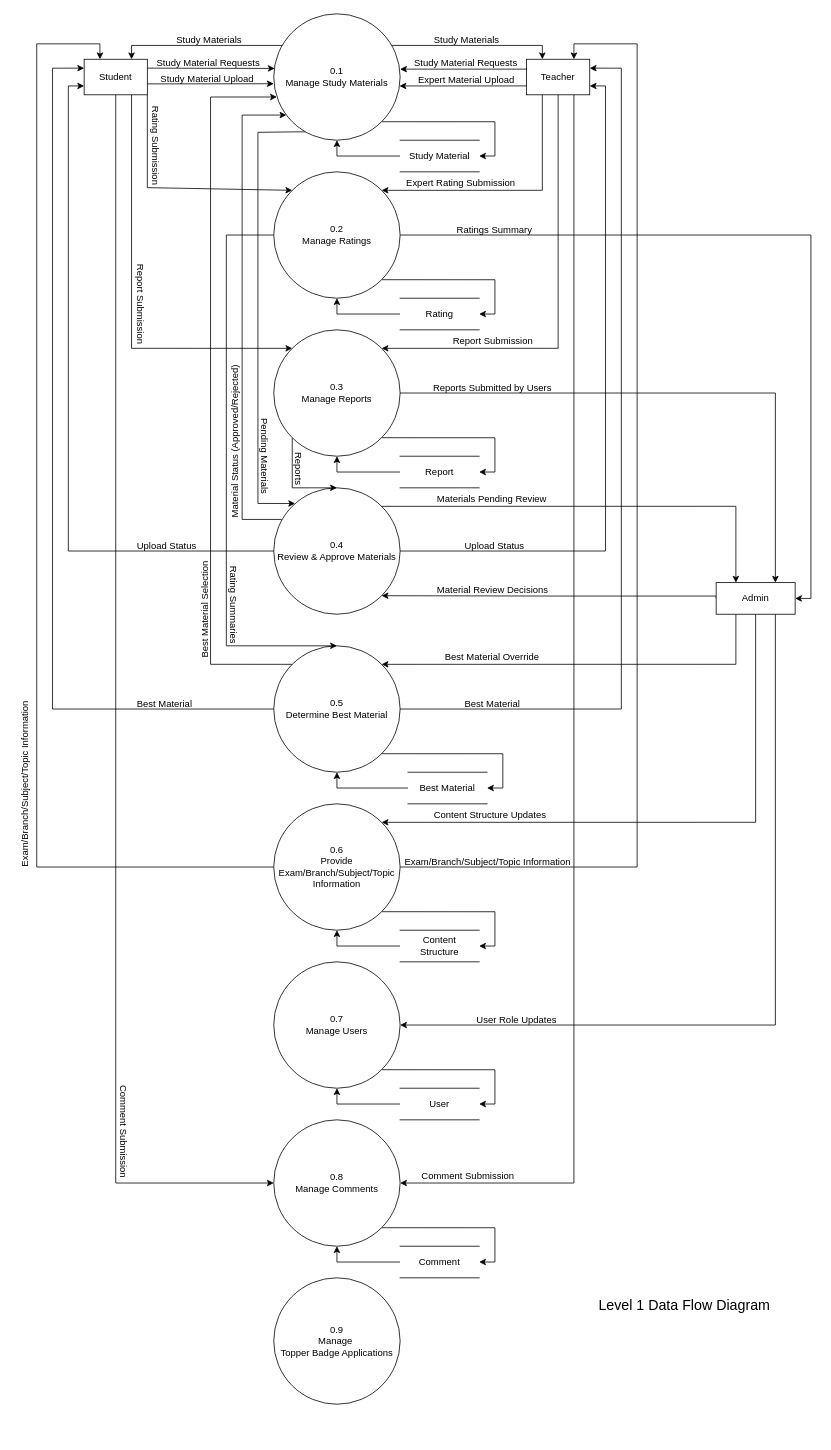
Above: page "Level-1 DFD" (4 of 7) of docs/system-diagrams.drawio in SayanMondal-1643/PeerPrep (draw.io), before the change. Source tidied: cells renumbered, new cells numbered last; positions are measured from the earlier drawing's top-left corner, leaving out a move shared by most shapes. Both pictures are drawn from the tidied source at 79%, with x=0, y=0 at pixel (-66, 13).
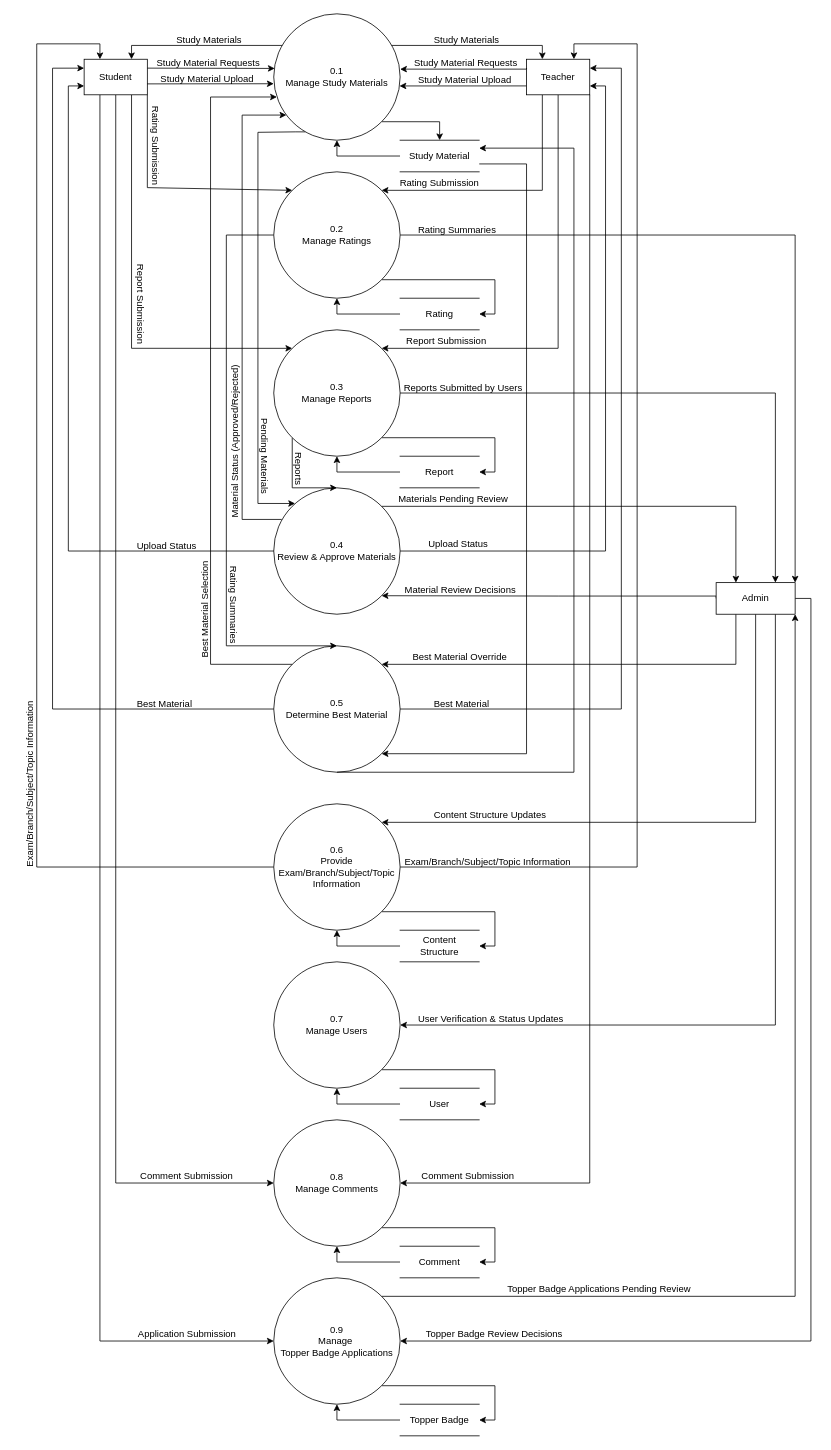
The same page after the edit.

Unchanged cells that the change refers to:
```xml
<mxCell id="2" value="&lt;div&gt;0.4&lt;/div&gt;Review &amp;amp; Approve Materials" style="ellipse;whiteSpace=wrap;html=1;" parent="1" vertex="1">
  <mxGeometry x="429" y="600" width="160" height="160" as="geometry" />
</mxCell>
<mxCell id="3" value="&lt;div&gt;0.5&lt;/div&gt;Determine Best Material" style="ellipse;whiteSpace=wrap;html=1;" parent="1" vertex="1">
  <mxGeometry x="429" y="800" width="160" height="160" as="geometry" />
</mxCell>
<mxCell id="7" value="&lt;div&gt;0.2&lt;/div&gt;Manage Ratings" style="ellipse;whiteSpace=wrap;html=1;" parent="1" vertex="1">
  <mxGeometry x="429" y="200" width="160" height="160" as="geometry" />
</mxCell>
<mxCell id="15" value="Admin" style="html=1;dashed=0;whiteSpace=wrap;points=[[0,0,0,0,0],[0,0.25,0,0,0],[0,0.5,0,0,0],[0,0.75,0,0,0],[0,1,0,0,0],[0.25,0,0,0,0],[0.25,1,0,0,0],[0.5,0,0,0,0],[0.5,1,0,0,0],[0.75,0,0,0,0],[0.75,1,0,0,0],[1,0,0,0,0],[1,0.25,0,0,0],[1,0.5,0,0,0],[1,0.75,0,0,0],[1,1,0,0,0]];" parent="1" vertex="1">
  <mxGeometry x="989" y="720" width="100" height="40" as="geometry" />
</mxCell>
<mxCell id="20" value="Teacher" style="html=1;dashed=0;whiteSpace=wrap;" parent="1" vertex="1">
  <mxGeometry x="749" y="57.5" width="80" height="45" as="geometry" />
</mxCell>
<mxCell id="23" value="Student" style="html=1;dashed=0;whiteSpace=wrap;" parent="1" vertex="1">
  <mxGeometry x="189" y="57.5" width="80" height="45" as="geometry" />
</mxCell>
<mxCell id="28" value="&lt;div&gt;0.1&lt;/div&gt;Manage Study Materials" style="ellipse;whiteSpace=wrap;html=1;" parent="1" vertex="1">
  <mxGeometry x="429" width="160" height="160" as="geometry" />
</mxCell>
<mxCell id="41" value="Study Material" style="html=1;dashed=0;whiteSpace=wrap;shape=partialRectangle;right=0;left=0;" parent="1" vertex="1">
  <mxGeometry x="589" y="160" width="100" height="40" as="geometry" />
</mxCell>
<mxCell id="90" value="&lt;div&gt;0.8&lt;/div&gt;Manage Comments" style="ellipse;whiteSpace=wrap;html=1;" parent="1" vertex="1">
  <mxGeometry x="429" y="1400" width="160" height="160" as="geometry" />
</mxCell>
<mxCell id="95" value="&lt;div&gt;0.9&lt;/div&gt;Manage&amp;nbsp;&lt;div&gt;Topper Badge Applications&lt;/div&gt;" style="ellipse;whiteSpace=wrap;html=1;" parent="1" vertex="1">
  <mxGeometry x="429" y="1600" width="160" height="160" as="geometry" />
</mxCell>
```

What changed in the source:
```diff
@@
-    <mxCell id="4" style="edgeStyle=orthogonalEdgeStyle;rounded=0;jettySize=auto;html=1;exitX=1;exitY=0.5;exitDx=0;exitDy=0;entryX=1;entryY=0.5;entryDx=0;entryDy=0;entryPerimeter=0;" parent="1" edge="1" source="7" target="15">
+    <mxCell id="4" style="edgeStyle=orthogonalEdgeStyle;rounded=0;jettySize=auto;html=1;exitX=1;exitY=0.5;exitDx=0;exitDy=0;entryX=1;entryY=0;entryDx=0;entryDy=0;entryPerimeter=0;" parent="1" edge="1" source="7" target="15">
       <mxGeometry relative="1" as="geometry" />
     </mxCell>
@@
-    <mxCell id="10" style="edgeStyle=orthogonalEdgeStyle;rounded=0;jettySize=auto;html=1;exitX=1;exitY=1;exitDx=0;exitDy=0;entryX=1;entryY=0.5;entryDx=0;entryDy=0;" parent="1" edge="1" source="3" target="43">
-      <mxGeometry relative="1" as="geometry" />
+    <mxCell id="10" style="edgeStyle=orthogonalEdgeStyle;rounded=0;jettySize=auto;html=1;exitX=0.5;exitY=1;exitDx=0;exitDy=0;entryX=1;entryY=0.25;entryDx=0;entryDy=0;" parent="1" edge="1" source="3" target="41">
+      <mxGeometry relative="1" as="geometry">
+        <Array as="points">
+          <mxPoint x="809" y="960" />
+          <mxPoint x="809" y="170" />
+        </Array>
+      </mxGeometry>
     </mxCell>
@@
+    <mxCell id="96" style="edgeStyle=orthogonalEdgeStyle;rounded=0;jettySize=auto;html=1;exitX=1;exitY=0.5;exitDx=0;exitDy=0;exitPerimeter=0;entryX=1;entryY=0.5;entryDx=0;entryDy=0;" parent="1" edge="1" source="15" target="95">
+      <mxGeometry relative="1" as="geometry" />
+    </mxCell>
@@
-    <mxCell id="19" style="edgeStyle=orthogonalEdgeStyle;rounded=0;jettySize=auto;html=1;exitX=0.75;exitY=1;exitDx=0;exitDy=0;entryX=1;entryY=0.5;entryDx=0;entryDy=0;" parent="1" edge="1" source="20" target="90">
+    <mxCell id="19" style="edgeStyle=orthogonalEdgeStyle;rounded=0;jettySize=auto;html=1;exitX=1;exitY=1;exitDx=0;exitDy=0;entryX=1;entryY=0.5;entryDx=0;entryDy=0;" parent="1" edge="1" source="20" target="90">
       <mxGeometry relative="1" as="geometry" />
     </mxCell>
@@
+    <mxCell id="97" style="edgeStyle=orthogonalEdgeStyle;rounded=0;jettySize=auto;html=1;exitX=0.25;exitY=1;exitDx=0;exitDy=0;entryX=0;entryY=0.5;entryDx=0;entryDy=0;" parent="1" edge="1" source="23" target="95">
+      <mxGeometry relative="1" as="geometry" />
+    </mxCell>
@@
+    <mxCell id="27" style="edgeStyle=orthogonalEdgeStyle;rounded=0;jettySize=auto;html=1;exitX=0.251;exitY=0.934;exitDx=0;exitDy=0;entryX=0.169;entryY=0.124;entryDx=0;entryDy=0;exitPerimeter=0;entryPerimeter=0;" parent="1" edge="1" source="28" target="2">
+      <mxGeometry relative="1" as="geometry">
+        <Array as="points">
+          <mxPoint x="457" y="149" />
+          <mxPoint x="409" y="150" />
+          <mxPoint x="409" y="620" />
+        </Array>
+      </mxGeometry>
+    </mxCell>
-    <mxCell id="26" style="edgeStyle=orthogonalEdgeStyle;rounded=0;jettySize=auto;html=1;exitX=1;exitY=1;exitDx=0;exitDy=0;entryX=1;entryY=0.5;entryDx=0;entryDy=0;" parent="1" edge="1" source="28" target="41">
+    <mxCell id="26" style="edgeStyle=orthogonalEdgeStyle;rounded=0;jettySize=auto;html=1;exitX=1;exitY=1;exitDx=0;exitDy=0;entryX=0.5;entryY=0;entryDx=0;entryDy=0;" parent="1" edge="1" source="28" target="41">
       <mxGeometry relative="1" as="geometry">
         <Array as="points">
-          <mxPoint x="709" y="137" />
-          <mxPoint x="709" y="180" />
+          <mxPoint x="639" y="137" />
         </Array>
       </mxGeometry>
     </mxCell>
-    <mxCell id="27" style="edgeStyle=orthogonalEdgeStyle;rounded=0;jettySize=auto;html=1;exitX=0.251;exitY=0.934;exitDx=0;exitDy=0;entryX=0.169;entryY=0.124;entryDx=0;entryDy=0;exitPerimeter=0;entryPerimeter=0;" parent="1" edge="1" source="28" target="2">
-      <mxGeometry relative="1" as="geometry">
-        <Array as="points">
-          <mxPoint x="457" y="149" />
-          <mxPoint x="409" y="150" />
-          <mxPoint x="409" y="620" />
-        </Array>
-      </mxGeometry>
-    </mxCell>
@@
+    <mxCell id="98" style="edgeStyle=orthogonalEdgeStyle;rounded=0;jettySize=auto;html=1;exitX=1;exitY=0.75;exitDx=0;exitDy=0;entryX=1;entryY=1;entryDx=0;entryDy=0;" parent="1" edge="1" source="41" target="3">
+      <mxGeometry relative="1" as="geometry">
+        <Array as="points">
+          <mxPoint x="749" y="190" />
+          <mxPoint x="749" y="937" />
+        </Array>
+      </mxGeometry>
+    </mxCell>
@@
-    <mxCell id="42" style="edgeStyle=orthogonalEdgeStyle;rounded=0;jettySize=auto;html=1;exitX=0;exitY=0.5;exitDx=0;exitDy=0;entryX=0.5;entryY=1;entryDx=0;entryDy=0;" parent="1" edge="1" source="43" target="3">
-      <mxGeometry relative="1" as="geometry" />
-    </mxCell>
-    <mxCell id="43" value="Best Material" style="html=1;dashed=0;whiteSpace=wrap;shape=partialRectangle;right=0;left=0;" parent="1" vertex="1">
-      <mxGeometry x="599" y="960" width="100" height="40" as="geometry" />
-    </mxCell>
@@
     <mxCell id="61" value="Exam/Branch/Subject/Topic Information" style="text;whiteSpace=wrap;html=1;rotation=-90;" parent="1" vertex="1">
-      <mxGeometry y="962" width="220" height="20" as="geometry" />
+      <mxGeometry x="7" y="962" width="220" height="20" as="geometry" />
     </mxCell>
@@
-    <mxCell id="63" value="Expert Material Upload" style="text;whiteSpace=wrap;html=1;" parent="1" vertex="1">
+    <mxCell id="63" value="Study Material Upload" style="text;whiteSpace=wrap;html=1;" parent="1" vertex="1">
       <mxGeometry x="610" y="70" width="130" height="20" as="geometry" />
     </mxCell>
-    <mxCell id="64" value="Expert Rating Submission" style="text;whiteSpace=wrap;html=1;" parent="1" vertex="1">
-      <mxGeometry x="595" y="200" width="150" height="20" as="geometry" />
+    <mxCell id="64" value="Rating Submission" style="text;whiteSpace=wrap;html=1;" parent="1" vertex="1">
+      <mxGeometry x="587" y="201" width="150" height="20" as="geometry" />
     </mxCell>
     <mxCell id="65" value="Report Submission" style="text;whiteSpace=wrap;html=1;" parent="1" vertex="1">
-      <mxGeometry x="654" y="400" width="110" height="20" as="geometry" />
+      <mxGeometry x="595" y="400" width="110" height="20" as="geometry" />
     </mxCell>
@@
     <mxCell id="67" value="Upload Status" style="text;whiteSpace=wrap;html=1;" parent="1" vertex="1">
-      <mxGeometry x="669" y="660" width="80" height="20" as="geometry" />
+      <mxGeometry x="623" y="658" width="80" height="20" as="geometry" />
     </mxCell>
     <mxCell id="68" value="Best Material" style="text;whiteSpace=wrap;html=1;" parent="1" vertex="1">
-      <mxGeometry x="669" y="860" width="80" height="20" as="geometry" />
+      <mxGeometry x="630" y="860" width="80" height="20" as="geometry" />
     </mxCell>
@@
     <mxCell id="70" value="Material Review Decisions" style="text;whiteSpace=wrap;html=1;rotation=0;" parent="1" vertex="1">
-      <mxGeometry x="634" y="716" width="150" height="20" as="geometry" />
+      <mxGeometry x="593" y="716" width="150" height="20" as="geometry" />
     </mxCell>
     <mxCell id="71" value="Best Material Override" style="text;whiteSpace=wrap;html=1;rotation=0;" parent="1" vertex="1">
-      <mxGeometry x="644" y="800" width="130" height="20" as="geometry" />
+      <mxGeometry x="603" y="800" width="130" height="20" as="geometry" />
     </mxCell>
@@
     <mxCell id="74" value="Materials Pending Review" style="text;whiteSpace=wrap;html=1;rotation=0;" parent="1" vertex="1">
-      <mxGeometry x="634" y="600" width="150" height="20" as="geometry" />
+      <mxGeometry x="585" y="600" width="150" height="20" as="geometry" />
     </mxCell>
@@
     <mxCell id="76" value="Reports Submitted by Users" style="text;whiteSpace=wrap;html=1;rotation=0;" parent="1" vertex="1">
-      <mxGeometry x="629" y="460" width="160" height="20" as="geometry" />
+      <mxGeometry x="592" y="460" width="160" height="20" as="geometry" />
     </mxCell>
-    <mxCell id="77" value="Ratings Summary" style="text;whiteSpace=wrap;html=1;rotation=0;" parent="1" vertex="1">
-      <mxGeometry x="659" y="260" width="100" height="20" as="geometry" />
+    <mxCell id="77" value="Rating Summaries" style="text;whiteSpace=wrap;html=1;rotation=0;" parent="1" vertex="1">
+      <mxGeometry x="610" y="260" width="109" height="20" as="geometry" />
     </mxCell>
@@
-    <mxCell id="86" value="User Role Updates" style="text;whiteSpace=wrap;html=1;rotation=0;" parent="1" vertex="1">
-      <mxGeometry x="684" y="1260" width="110" height="20" as="geometry" />
+    <mxCell id="86" value="User Verification &amp;amp; Status Updates" style="text;whiteSpace=wrap;html=1;rotation=0;" parent="1" vertex="1">
+      <mxGeometry x="610" y="1259" width="195" height="20" as="geometry" />
     </mxCell>
@@
-    <mxCell id="88" value="&lt;font style=&quot;font-size: 18px;&quot;&gt;Level 1 Data Flow Diagram&lt;/font&gt;" style="text;html=1;whiteSpace=wrap;strokeColor=none;fillColor=none;align=center;verticalAlign=middle;rounded=0;" parent="1" vertex="1">
-      <mxGeometry x="839" y="1620" width="220" height="30" as="geometry" />
-    </mxCell>
@@
-    <mxCell id="91" value="Comment Submission" style="text;html=1;whiteSpace=wrap;strokeColor=none;fillColor=none;align=center;verticalAlign=middle;rounded=0;rotation=90;" parent="1" vertex="1">
-      <mxGeometry x="174" y="1400" width="130" height="30" as="geometry" />
+    <mxCell id="91" value="Comment Submission" style="text;html=1;whiteSpace=wrap;strokeColor=none;fillColor=none;align=center;verticalAlign=middle;rounded=0;rotation=0;" parent="1" vertex="1">
+      <mxGeometry x="254" y="1457" width="130" height="30" as="geometry" />
     </mxCell>
@@
+    <mxCell id="99" style="edgeStyle=orthogonalEdgeStyle;rounded=0;jettySize=auto;html=1;exitX=1;exitY=1;exitDx=0;exitDy=0;entryX=1;entryY=0.5;entryDx=0;entryDy=0;" parent="1" edge="1" source="95" target="105">
+      <mxGeometry relative="1" as="geometry">
+        <Array as="points">
+          <mxPoint x="709" y="1737" />
+          <mxPoint x="709" y="1780" />
+        </Array>
+      </mxGeometry>
+    </mxCell>
@@
+    <mxCell id="100" value="Application Submission" style="text;html=1;whiteSpace=wrap;strokeColor=none;fillColor=none;align=center;verticalAlign=middle;rounded=0;rotation=0;" parent="1" vertex="1">
+      <mxGeometry x="251.5" y="1656" width="135" height="30" as="geometry" />
+    </mxCell>
+    <mxCell id="101" style="edgeStyle=orthogonalEdgeStyle;rounded=0;jettySize=auto;html=1;exitX=1;exitY=0;exitDx=0;exitDy=0;entryX=1;entryY=1;entryDx=0;entryDy=0;entryPerimeter=0;" parent="1" edge="1" source="95" target="15">
+      <mxGeometry relative="1" as="geometry" />
+    </mxCell>
+    <mxCell id="102" value="Topper Badge Applications Pending Review" style="text;whiteSpace=wrap;html=1;rotation=0;" parent="1" vertex="1">
+      <mxGeometry x="723" y="1601" width="236" height="20" as="geometry" />
+    </mxCell>
+    <mxCell id="103" value="Topper Badge Review Decisions" style="text;whiteSpace=wrap;html=1;" parent="1" vertex="1">
+      <mxGeometry x="620" y="1658" width="179" height="20" as="geometry" />
+    </mxCell>
+    <mxCell id="104" style="edgeStyle=orthogonalEdgeStyle;rounded=0;jettySize=auto;html=1;exitX=0;exitY=0.5;exitDx=0;exitDy=0;entryX=0.5;entryY=1;entryDx=0;entryDy=0;" parent="1" edge="1" source="105" target="95">
+      <mxGeometry relative="1" as="geometry" />
+    </mxCell>
+    <mxCell id="105" value="Topper Badge" style="html=1;dashed=0;whiteSpace=wrap;shape=partialRectangle;right=0;left=0;" parent="1" vertex="1">
+      <mxGeometry x="589" y="1760" width="100" height="40" as="geometry" />
+    </mxCell>
```
